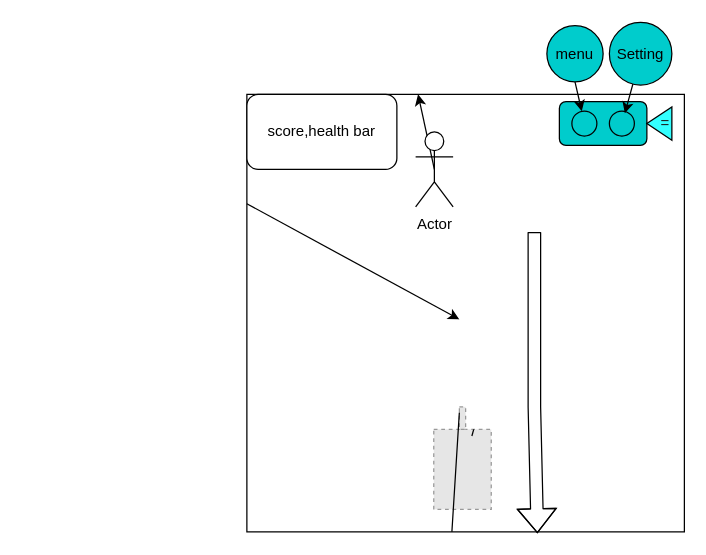
Before: lib/screens/on_play/sketch/prototype.drawio in yeasin50/space_craft, a draw.io diagram. Source tidied: cells renumbered, new cells numbered last; positions are measured from the earlier drawing's top-left corner, leaving out a move shared by most shapes. Both pictures are drawn from the tidied source at 125%, with x=0, y=0 at pixel (246, 21). Pictures stored in the file or linked from it are replaced by grey dashed boxes.
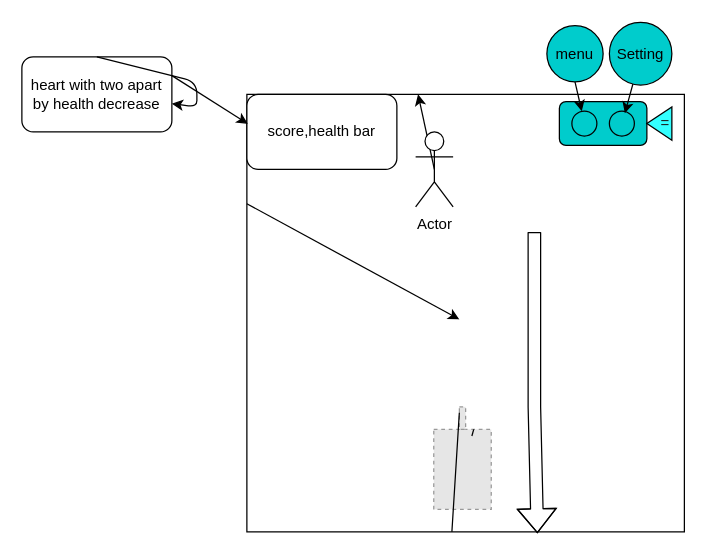
After the change.

Unchanged cells that the change refers to:
```xml
<mxCell id="20" value="score,health bar" style="rounded=1;whiteSpace=wrap;html=1;" parent="1" vertex="1">
  <mxGeometry y="58" width="120" height="60" as="geometry" />
</mxCell>
```

Change to the diagram source:
```diff
@@
+    <mxCell id="21" value="heart with two apart by health decrease" style="rounded=1;whiteSpace=wrap;html=1;" parent="1" vertex="1">
+      <mxGeometry x="-180" y="28" width="120" height="60" as="geometry" />
+    </mxCell>
+    <mxCell id="22" style="endArrow=classic;html=1;exitX=1;exitY=0.25;exitDx=0;exitDy=0;entryX=0.006;entryY=0.392;entryDx=0;entryDy=0;entryPerimeter=0;" parent="1" edge="1" source="21" target="20">
+      <mxGeometry relative="1" as="geometry" />
+    </mxCell>
+    <mxCell id="23" style="edgeStyle=none;html=1;exitX=0.5;exitY=0;exitDx=0;exitDy=0;" parent="1" edge="1" source="21" target="21">
+      <mxGeometry relative="1" as="geometry" />
+    </mxCell>
```
